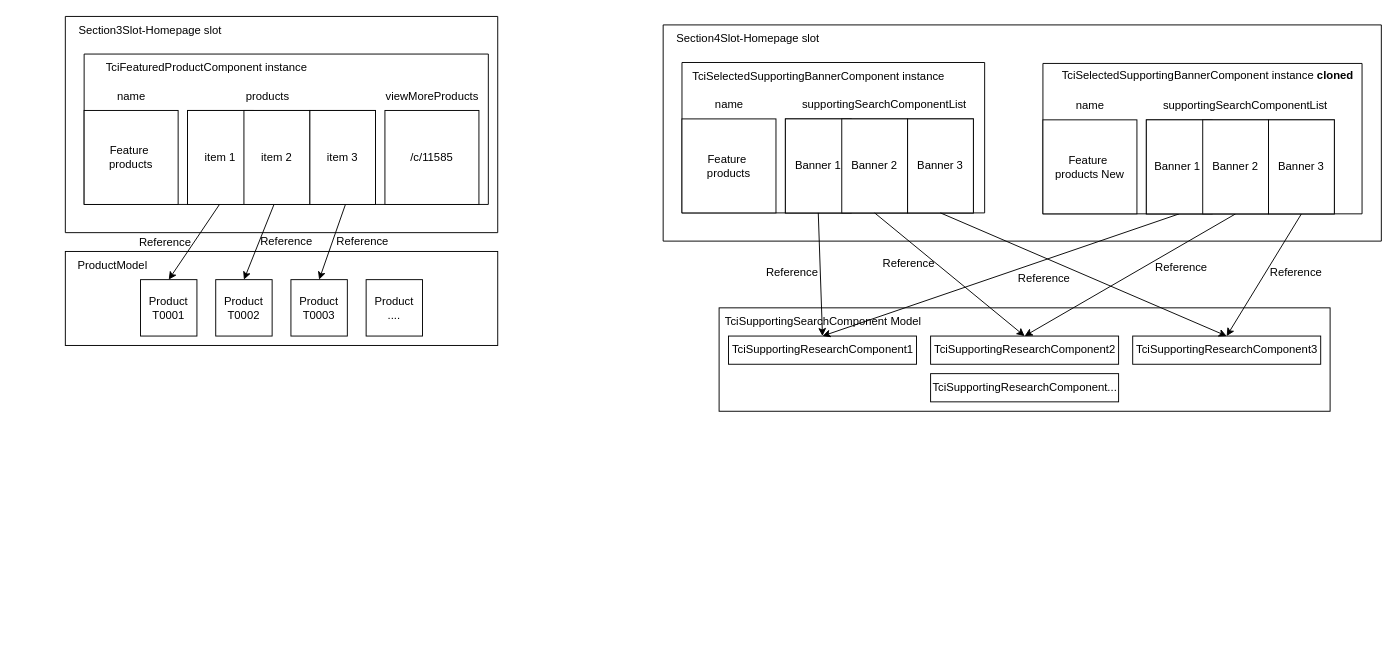
This is diagrams/DrawTemp.drawio from pinestran/transferfiles, a draw.io file, before an edit. Source tidied: cells renumbered, new cells numbered last; positions are measured from the earlier drawing's top-left corner, leaving out a move shared by most shapes. Both pictures are drawn from the tidied source at 94%, with x=0, y=0 at pixel (65, 16).
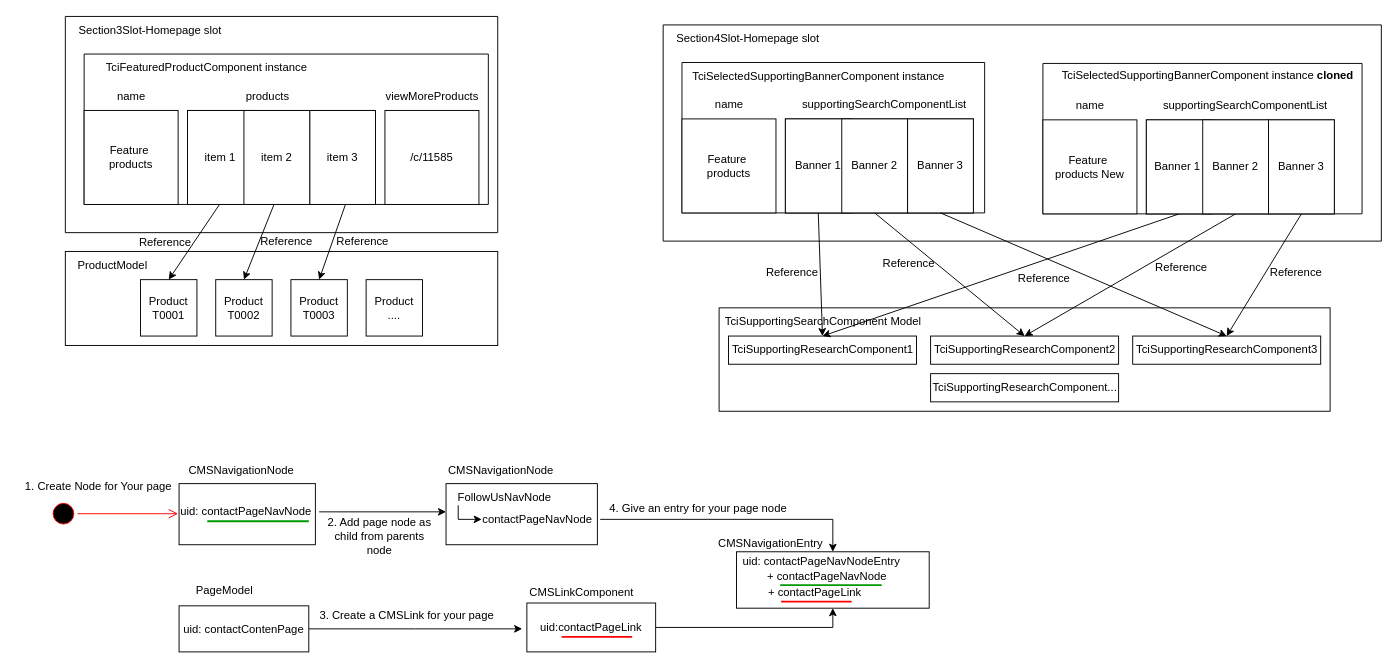
The same page after the edit.

Change to the diagram source:
```diff
@@
+    <mxCell id="64" style="rounded=0;whiteSpace=wrap;html=1;" parent="1" vertex="1">
+      <mxGeometry x="405" y="497" width="161" height="65" as="geometry" />
+    </mxCell>
+    <mxCell id="65" style="edgeStyle=orthogonalEdgeStyle;rounded=0;jettySize=auto;html=1;" parent="1" edge="1" source="66">
+      <mxGeometry relative="1" as="geometry">
+        <mxPoint x="486" y="651.5" as="targetPoint" />
+      </mxGeometry>
+    </mxCell>
+    <mxCell id="66" value="uid: contactContenPage" style="rounded=0;whiteSpace=wrap;html=1;" parent="1" vertex="1">
+      <mxGeometry x="121" y="627" width="138" height="49" as="geometry" />
+    </mxCell>
+    <mxCell id="67" style="rounded=0;whiteSpace=wrap;html=1;" parent="1" vertex="1">
+      <mxGeometry x="714" y="569.5" width="205" height="60" as="geometry" />
+    </mxCell>
+    <mxCell id="68" style="edgeStyle=orthogonalEdgeStyle;rounded=0;jettySize=auto;html=1;entryX=0.5;entryY=1;entryDx=0;entryDy=0;" parent="1" edge="1" source="69" target="67">
+      <mxGeometry relative="1" as="geometry" />
+    </mxCell>
+    <mxCell id="69" style="rounded=0;whiteSpace=wrap;html=1;" parent="1" vertex="1">
+      <mxGeometry x="491" y="624" width="137" height="52" as="geometry" />
+    </mxCell>
+    <mxCell id="70" value="CMSLinkComponent" style="text;html=1;align=center;verticalAlign=middle;strokeColor=none;fillColor=none;" parent="1" vertex="1">
+      <mxGeometry x="484" y="600" width="129" height="26" as="geometry" />
+    </mxCell>
+    <mxCell id="71" value="CMSNavigationNode" style="text;html=1;align=center;verticalAlign=middle;strokeColor=none;fillColor=none;" parent="1" vertex="1">
+      <mxGeometry x="398" y="470" width="130" height="26" as="geometry" />
+    </mxCell>
+    <mxCell id="72" value="CMSNavigationEntry" style="text;html=1;align=center;verticalAlign=middle;strokeColor=none;fillColor=none;" parent="1" vertex="1">
+      <mxGeometry x="685" y="548" width="129" height="26" as="geometry" />
+    </mxCell>
+    <mxCell id="73" value="FollowUsNavNode" style="text;html=1;align=center;verticalAlign=middle;points=[];strokeColor=none;fillColor=none;" parent="1" vertex="1">
+      <mxGeometry x="408" y="499" width="117" height="26" as="geometry" />
+    </mxCell>
+    <mxCell id="74" style="edgeStyle=orthogonalEdgeStyle;rounded=0;jettySize=auto;html=1;" parent="1" edge="1" source="75" target="67">
+      <mxGeometry relative="1" as="geometry">
+        <Array as="points">
+          <mxPoint x="623" y="535" />
+          <mxPoint x="623" y="535" />
+        </Array>
+      </mxGeometry>
+    </mxCell>
+    <mxCell id="75" value="contactPageNavNode" style="text;html=1;align=center;verticalAlign=middle;points=[];strokeColor=none;fillColor=none;" parent="1" vertex="1">
+      <mxGeometry x="434" y="522" width="135" height="26" as="geometry" />
+    </mxCell>
+    <mxCell id="76" value="uid:contactPageLink" style="text;html=1;align=center;verticalAlign=middle;strokeColor=none;fillColor=none;" parent="1" vertex="1">
+      <mxGeometry x="496" y="637" width="126" height="26" as="geometry" />
+    </mxCell>
+    <mxCell id="77" value="PageModel" style="text;html=1;align=center;verticalAlign=middle;strokeColor=none;fillColor=none;" parent="1" vertex="1">
+      <mxGeometry x="129" y="598" width="79" height="26" as="geometry" />
+    </mxCell>
+    <mxCell id="78" style="endArrow=classic;html=1;rounded=0;exitX=0.085;exitY=0.808;exitDx=0;exitDy=0;exitPerimeter=0;" parent="1" edge="1" source="73">
+      <mxGeometry relative="1" as="geometry">
+        <mxPoint x="443" y="535" as="targetPoint" />
+        <Array as="points">
+          <mxPoint x="418" y="535" />
+        </Array>
+      </mxGeometry>
+    </mxCell>
+    <mxCell id="79" value="4. Give an entry for your page node" style="text;html=1;align=center;verticalAlign=middle;strokeColor=none;fillColor=none;" parent="1" vertex="1">
+      <mxGeometry x="569" y="511" width="207" height="26" as="geometry" />
+    </mxCell>
+    <mxCell id="80" value="uid: contactPageNavNodeEntry" style="text;html=1;align=center;verticalAlign=middle;strokeColor=none;fillColor=none;" parent="1" vertex="1">
+      <mxGeometry x="711" y="567" width="185" height="26" as="geometry" />
+    </mxCell>
+    <mxCell id="81" value="+ contactPageNavNode" style="text;html=1;align=center;verticalAlign=middle;strokeColor=none;fillColor=none;" parent="1" vertex="1">
+      <mxGeometry x="737" y="583" width="145" height="26" as="geometry" />
+    </mxCell>
+    <mxCell id="82" value="+ contactPageLink" style="text;html=1;align=center;verticalAlign=middle;strokeColor=none;fillColor=none;" parent="1" vertex="1">
+      <mxGeometry x="738" y="600" width="117" height="26" as="geometry" />
+    </mxCell>
+    <mxCell id="83" value="3. Create a CMSLink for your page" style="text;html=1;align=center;verticalAlign=middle;strokeColor=none;fillColor=none;" parent="1" vertex="1">
+      <mxGeometry x="261" y="624" width="203" height="26" as="geometry" />
+    </mxCell>
+    <mxCell id="84" style="ellipse;html=1;shape=startState;fillColor=#000000;strokeColor=#ff0000;" parent="1" vertex="1">
+      <mxGeometry x="-17" y="514" width="30" height="30" as="geometry" />
+    </mxCell>
+    <mxCell id="85" style="edgeStyle=orthogonalEdgeStyle;html=1;verticalAlign=bottom;endArrow=open;endSize=8;strokeColor=#ff0000;rounded=0;" parent="1" edge="1" source="84">
+      <mxGeometry relative="1" as="geometry">
+        <mxPoint x="120" y="529" as="targetPoint" />
+      </mxGeometry>
+    </mxCell>
+    <mxCell id="86" value="1. Create Node for Your page" style="text;html=1;align=center;verticalAlign=middle;strokeColor=none;fillColor=none;" parent="1" vertex="1">
+      <mxGeometry x="-52" y="487" width="174" height="26" as="geometry" />
+    </mxCell>
+    <mxCell id="87" style="rounded=0;whiteSpace=wrap;html=1;" parent="1" vertex="1">
+      <mxGeometry x="121" y="497" width="145" height="65" as="geometry" />
+    </mxCell>
+    <mxCell id="88" value="CMSNavigationNode" style="text;html=1;align=center;verticalAlign=middle;strokeColor=none;fillColor=none;" parent="1" vertex="1">
+      <mxGeometry x="122" y="470" width="130" height="26" as="geometry" />
+    </mxCell>
+    <mxCell id="89" style="edgeStyle=orthogonalEdgeStyle;rounded=0;jettySize=auto;html=1;entryX=0;entryY=0.462;entryDx=0;entryDy=0;entryPerimeter=0;" parent="1" edge="1" source="90" target="64">
+      <mxGeometry relative="1" as="geometry" />
+    </mxCell>
+    <mxCell id="90" value="uid: contactPageNavNode" style="text;html=1;align=center;verticalAlign=middle;points=[];strokeColor=none;fillColor=none;" parent="1" vertex="1">
+      <mxGeometry x="113" y="514" width="157" height="26" as="geometry" />
+    </mxCell>
+    <mxCell id="91" value="2. Add page node as&lt;br&gt;child from parents&lt;br&gt;node" style="text;html=1;align=center;verticalAlign=middle;strokeColor=none;fillColor=none;" parent="1" vertex="1">
+      <mxGeometry x="270" y="525" width="128" height="55" as="geometry" />
+    </mxCell>
+    <mxCell id="92" style="line;strokeWidth=2;dashed=0;labelPosition=right;align=left;verticalAlign=middle;spacingTop=0;spacingLeft=6;strokeColor=#FF0000;" parent="1" vertex="1">
+      <mxGeometry x="528" y="655" width="75" height="10" as="geometry" />
+    </mxCell>
+    <mxCell id="93" style="line;strokeWidth=2;dashed=0;labelPosition=right;align=left;verticalAlign=middle;spacingTop=0;spacingLeft=6;strokeColor=#FF0000;" parent="1" vertex="1">
+      <mxGeometry x="761.5" y="617.5" width="75" height="10" as="geometry" />
+    </mxCell>
+    <mxCell id="94" style="line;strokeWidth=2;dashed=0;labelPosition=right;align=left;verticalAlign=middle;spacingTop=0;spacingLeft=6;strokeColor=#009900;" parent="1" vertex="1">
+      <mxGeometry x="151" y="532" width="108" height="10" as="geometry" />
+    </mxCell>
+    <mxCell id="95" style="line;strokeWidth=2;dashed=0;labelPosition=right;align=left;verticalAlign=middle;spacingTop=0;spacingLeft=6;strokeColor=#009900;" parent="1" vertex="1">
+      <mxGeometry x="760.5" y="600" width="108" height="10" as="geometry" />
+    </mxCell>
```
